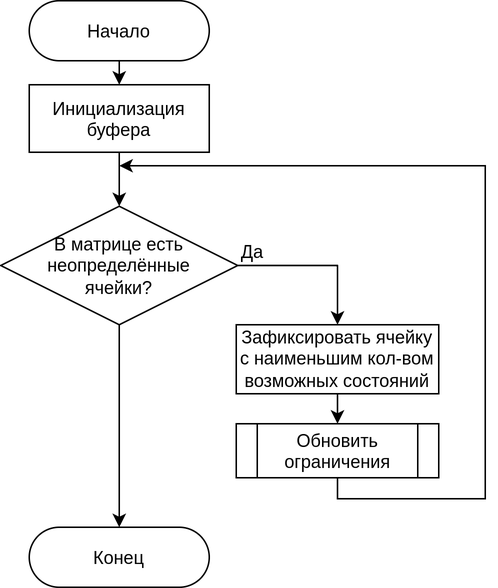
Earlier version of the draw.io export docs/img/QWFC.drawio.png (Danilado/IU7-CG-CW). Source tidied: cells renumbered, new cells last; positions are measured from the earlier drawing's top-left corner, leaving out a move shared by most shapes. Its diagram source:
```xml
<mxGraphModel>
  <root>
    <mxCell id="0" />
    <mxCell id="1" parent="0" />
    <mxCell id="2" value="Начало" style="rounded=1;arcSize=50;" parent="1" vertex="1">
      <mxGeometry x="19" width="120" height="40" as="geometry" />
    </mxCell>
    <mxCell id="3" value="Конец" style="rounded=1;arcSize=50;" parent="1" vertex="1">
      <mxGeometry x="19" y="351" width="120" height="40" as="geometry" />
    </mxCell>
    <mxCell id="4" value="Инициализация&#10;буфера" style="rounded=0;" parent="1" vertex="1">
      <mxGeometry x="19" y="56" width="120" height="45" as="geometry" />
    </mxCell>
    <mxCell id="5" value="В матрице есть неопределённые &#10;ячейки?" style="rhombus;whiteSpace=wrap;" parent="1" vertex="1">
      <mxGeometry y="137" width="158" height="79" as="geometry" />
    </mxCell>
    <mxCell id="6" style="endArrow=classic;rounded=0;edgeStyle=orthogonalEdgeStyle;exitX=0.5;exitY=1;exitDx=0;exitDy=0;" parent="1" edge="1" source="14">
      <mxGeometry relative="1" as="geometry">
        <mxPoint x="79" y="110" as="targetPoint" />
        <Array as="points">
          <mxPoint x="225" y="332" />
          <mxPoint x="323" y="332" />
          <mxPoint x="323" y="110" />
        </Array>
      </mxGeometry>
    </mxCell>
    <mxCell id="7" value="Да" style="text;strokeColor=none;fillColor=none;align=center;verticalAlign=middle;rounded=0;" parent="1" vertex="1">
      <mxGeometry x="138" y="152" width="60" height="30" as="geometry" />
    </mxCell>
    <mxCell id="8" value="Зафиксировать ячейку с наименьшим кол-вом возможных состояний" style="rounded=0;whiteSpace=wrap;" parent="1" vertex="1">
      <mxGeometry x="157" y="216" width="135" height="46" as="geometry" />
    </mxCell>
    <mxCell id="9" style="endArrow=classic;rounded=0;exitX=1;exitY=0.5;exitDx=0;exitDy=0;entryX=0.5;entryY=0;entryDx=0;entryDy=0;edgeStyle=orthogonalEdgeStyle;" parent="1" edge="1" source="5" target="8">
      <mxGeometry relative="1" as="geometry" />
    </mxCell>
    <mxCell id="10" style="endArrow=classic;rounded=0;exitX=0.5;exitY=1;exitDx=0;exitDy=0;entryX=0.5;entryY=0;entryDx=0;entryDy=0;" parent="1" edge="1" source="8" target="14">
      <mxGeometry relative="1" as="geometry" />
    </mxCell>
    <mxCell id="11" style="endArrow=classic;rounded=0;exitX=0.5;exitY=1;exitDx=0;exitDy=0;entryX=0.5;entryY=0;entryDx=0;entryDy=0;edgeStyle=orthogonalEdgeStyle;" parent="1" edge="1" source="5" target="3">
      <mxGeometry relative="1" as="geometry" />
    </mxCell>
    <mxCell id="12" style="endArrow=classic;rounded=0;exitX=0.5;exitY=1;exitDx=0;exitDy=0;entryX=0.5;entryY=0;entryDx=0;entryDy=0;" parent="1" edge="1" source="4" target="5">
      <mxGeometry relative="1" as="geometry" />
    </mxCell>
    <mxCell id="13" style="endArrow=classic;rounded=0;exitX=0.5;exitY=1;exitDx=0;exitDy=0;entryX=0.5;entryY=0;entryDx=0;entryDy=0;" parent="1" edge="1" source="2" target="4">
      <mxGeometry relative="1" as="geometry" />
    </mxCell>
    <mxCell id="14" value="Обновить&#10;ограничения" style="shape=process;backgroundOutline=1;" parent="1" vertex="1">
      <mxGeometry x="157" y="282" width="135" height="36" as="geometry" />
    </mxCell>
  </root>
</mxGraphModel>
```
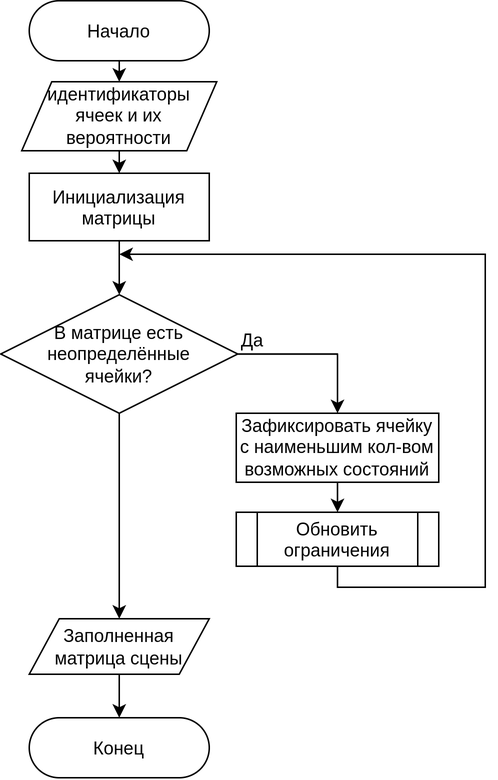
The same file after the commit.

What changed in the source:
```diff
@@ -3,12 +3,12 @@
     <mxCell id="0" />
     <mxCell id="1" parent="0" />
     <mxCell id="2" value="Начало" style="rounded=1;arcSize=50;" parent="1" vertex="1">
-      <mxGeometry x="19" width="120" height="40" as="geometry" />
+      <mxGeometry x="19" y="-59" width="120" height="40" as="geometry" />
     </mxCell>
     <mxCell id="3" value="Конец" style="rounded=1;arcSize=50;" parent="1" vertex="1">
-      <mxGeometry x="19" y="351" width="120" height="40" as="geometry" />
+      <mxGeometry x="19" y="419" width="120" height="40" as="geometry" />
     </mxCell>
-    <mxCell id="4" value="Инициализация&#10;буфера" style="rounded=0;" parent="1" vertex="1">
+    <mxCell id="4" value="Инициализация&#10;матрицы" style="rounded=0;" parent="1" vertex="1">
       <mxGeometry x="19" y="56" width="120" height="45" as="geometry" />
     </mxCell>
     <mxCell id="5" value="В матрице есть неопределённые &#10;ячейки?" style="rhombus;whiteSpace=wrap;" parent="1" vertex="1">
@@ -36,17 +36,29 @@
     <mxCell id="10" style="endArrow=classic;rounded=0;exitX=0.5;exitY=1;exitDx=0;exitDy=0;entryX=0.5;entryY=0;entryDx=0;entryDy=0;" parent="1" edge="1" source="8" target="14">
       <mxGeometry relative="1" as="geometry" />
     </mxCell>
-    <mxCell id="11" style="endArrow=classic;rounded=0;exitX=0.5;exitY=1;exitDx=0;exitDy=0;entryX=0.5;entryY=0;entryDx=0;entryDy=0;edgeStyle=orthogonalEdgeStyle;" parent="1" edge="1" source="5" target="3">
+    <mxCell id="11" style="endArrow=classic;rounded=0;exitX=0.5;exitY=1;exitDx=0;exitDy=0;edgeStyle=orthogonalEdgeStyle;" parent="1" edge="1" source="5" target="16">
       <mxGeometry relative="1" as="geometry" />
     </mxCell>
     <mxCell id="12" style="endArrow=classic;rounded=0;exitX=0.5;exitY=1;exitDx=0;exitDy=0;entryX=0.5;entryY=0;entryDx=0;entryDy=0;" parent="1" edge="1" source="4" target="5">
       <mxGeometry relative="1" as="geometry" />
     </mxCell>
-    <mxCell id="13" style="endArrow=classic;rounded=0;exitX=0.5;exitY=1;exitDx=0;exitDy=0;entryX=0.5;entryY=0;entryDx=0;entryDy=0;" parent="1" edge="1" source="2" target="4">
-      <mxGeometry relative="1" as="geometry" />
-    </mxCell>
     <mxCell id="14" value="Обновить&#10;ограничения" style="shape=process;backgroundOutline=1;" parent="1" vertex="1">
       <mxGeometry x="157" y="282" width="135" height="36" as="geometry" />
     </mxCell>
+    <mxCell id="15" style="edgeStyle=none;" parent="1" edge="1" source="16" target="3">
+      <mxGeometry relative="1" as="geometry" />
+    </mxCell>
+    <mxCell id="16" value="Заполненная матрица сцены" style="shape=parallelogram;perimeter=parallelogramPerimeter;fixedSize=1;whiteSpace=wrap;" parent="1" vertex="1">
+      <mxGeometry x="19" y="353" width="120" height="37" as="geometry" />
+    </mxCell>
+    <mxCell id="17" value="идентификаторы ячеек и их вероятности" style="shape=parallelogram;perimeter=parallelogramPerimeter;fixedSize=1;whiteSpace=wrap;" parent="1" vertex="1">
+      <mxGeometry x="14" y="-5" width="130" height="46" as="geometry" />
+    </mxCell>
+    <mxCell id="18" style="endArrow=classic;exitX=0.5;exitY=1;exitDx=0;exitDy=0;entryX=0.5;entryY=0;entryDx=0;entryDy=0;" parent="1" edge="1" source="2" target="17">
+      <mxGeometry relative="1" as="geometry" />
+    </mxCell>
+    <mxCell id="19" style="endArrow=classic;exitX=0.5;exitY=1;exitDx=0;exitDy=0;entryX=0.5;entryY=0;entryDx=0;entryDy=0;" parent="1" edge="1" source="17" target="4">
+      <mxGeometry relative="1" as="geometry" />
+    </mxCell>
   </root>
 </mxGraphModel>
```
